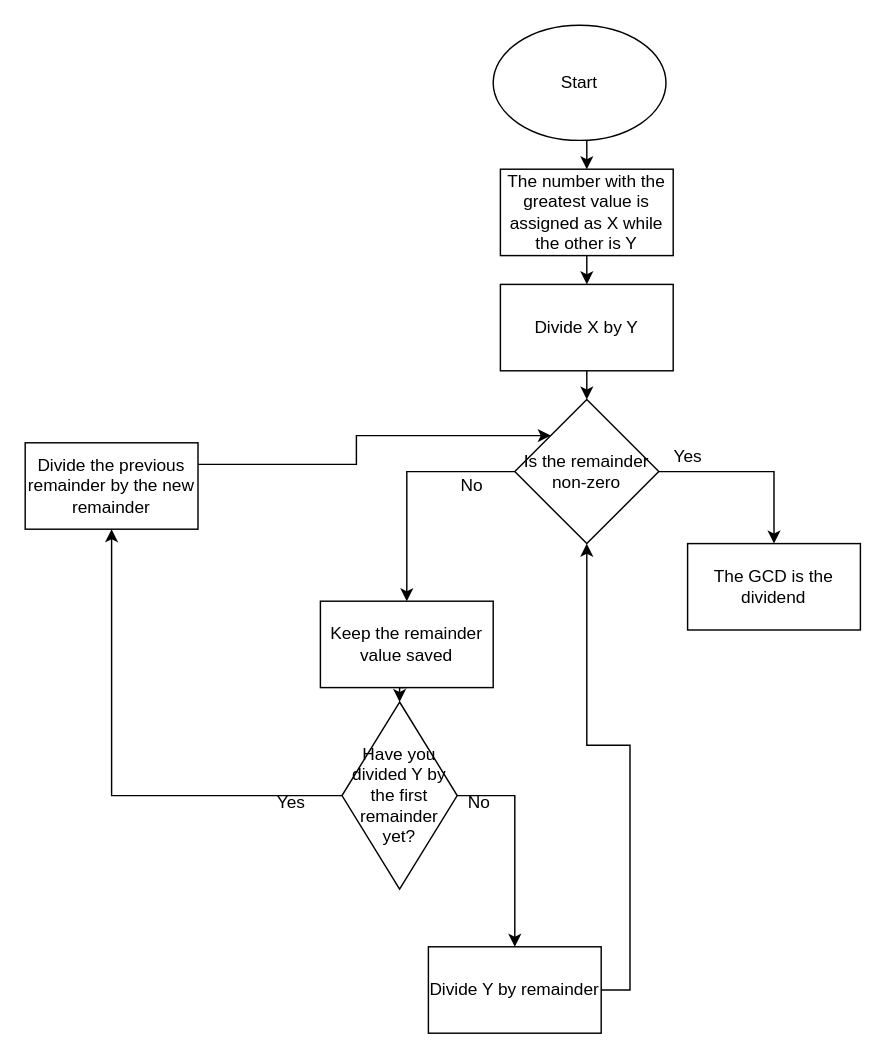
Before: page "GCD" (2 of 3) of Flowcharts.drawio in Noah0Chin/X1154, a draw.io diagram. Source tidied: cells renumbered, new cells numbered last; positions are measured from the earlier drawing's top-left corner, leaving out a move shared by most shapes. Both pictures are drawn from the tidied source at 144%, with x=0, y=0 at pixel (24, 24).
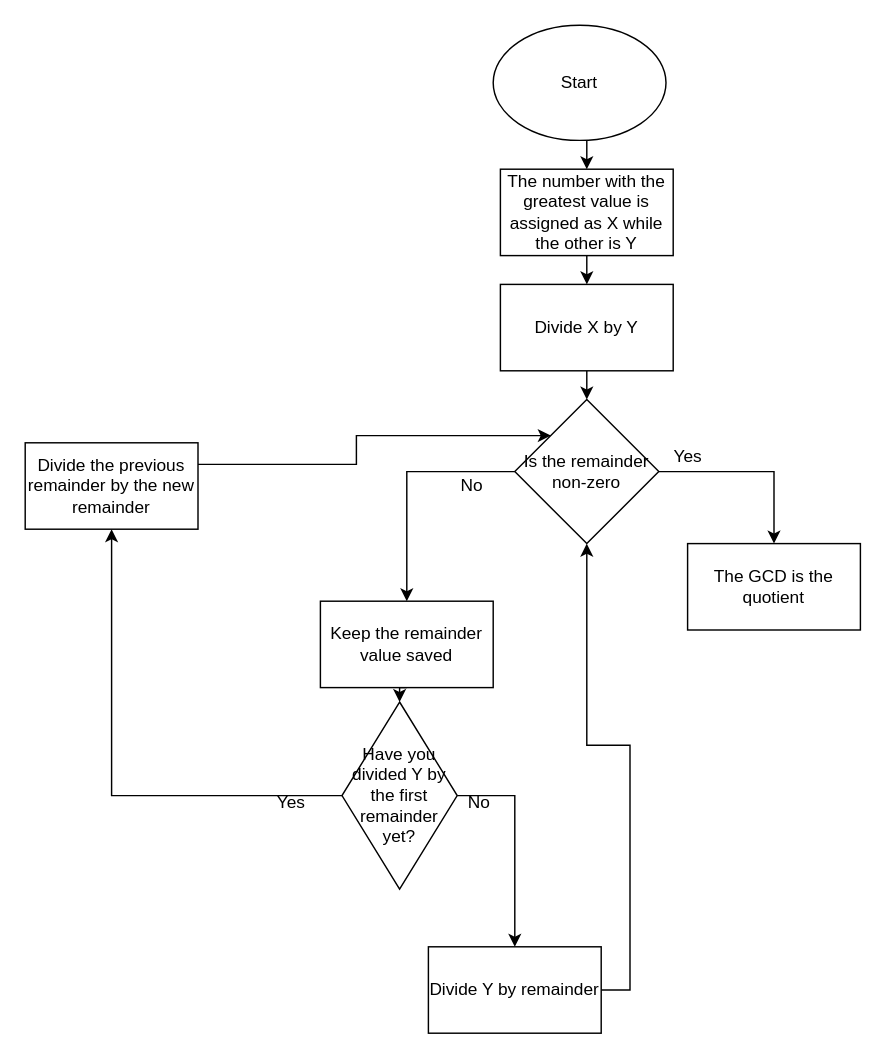
Above is the later version.

Commit message:
Flowcharts (hopefully correct) completed

The edit, as a diff of the source:
```diff
@@
-    <mxCell id="11" value="The GCD is the dividend" style="rounded=0;whiteSpace=wrap;html=1;" parent="1" vertex="1">
+    <mxCell id="11" value="The GCD is the quotient" style="rounded=0;whiteSpace=wrap;html=1;" parent="1" vertex="1">
       <mxGeometry x="460" y="360" width="120" height="60" as="geometry" />
     </mxCell>
```
